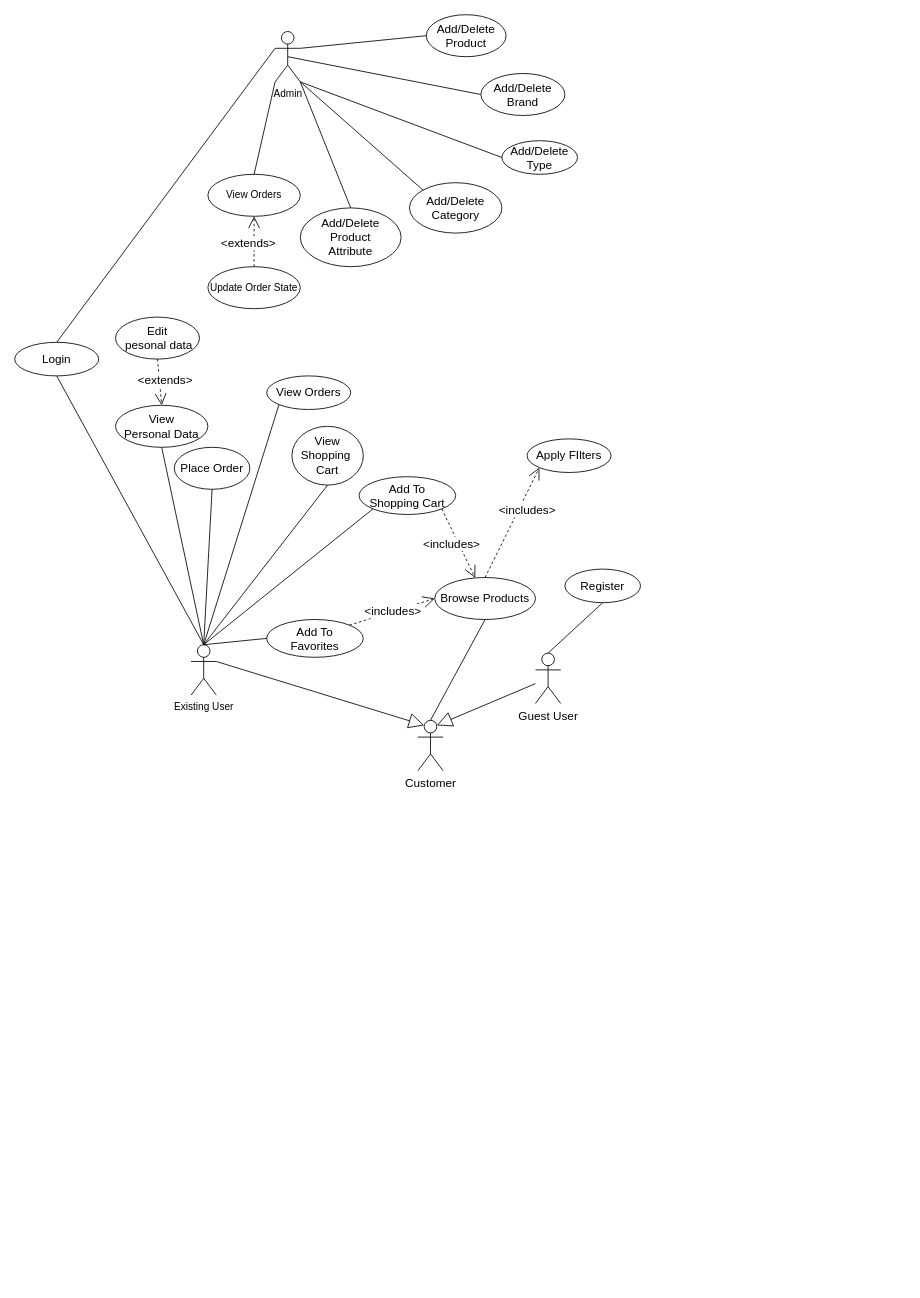
The draw.io diagram Diagrame/Use-Case-Diagram v2.drawio in sergiusergiu1234/licenta, before the edit. Source tidied: cells renumbered, new cells numbered last; positions are measured from the earlier drawing's top-left corner, leaving out a move shared by most shapes. Both pictures are drawn from the tidied source at 84%, with x=0, y=0 at pixel (14, 14).
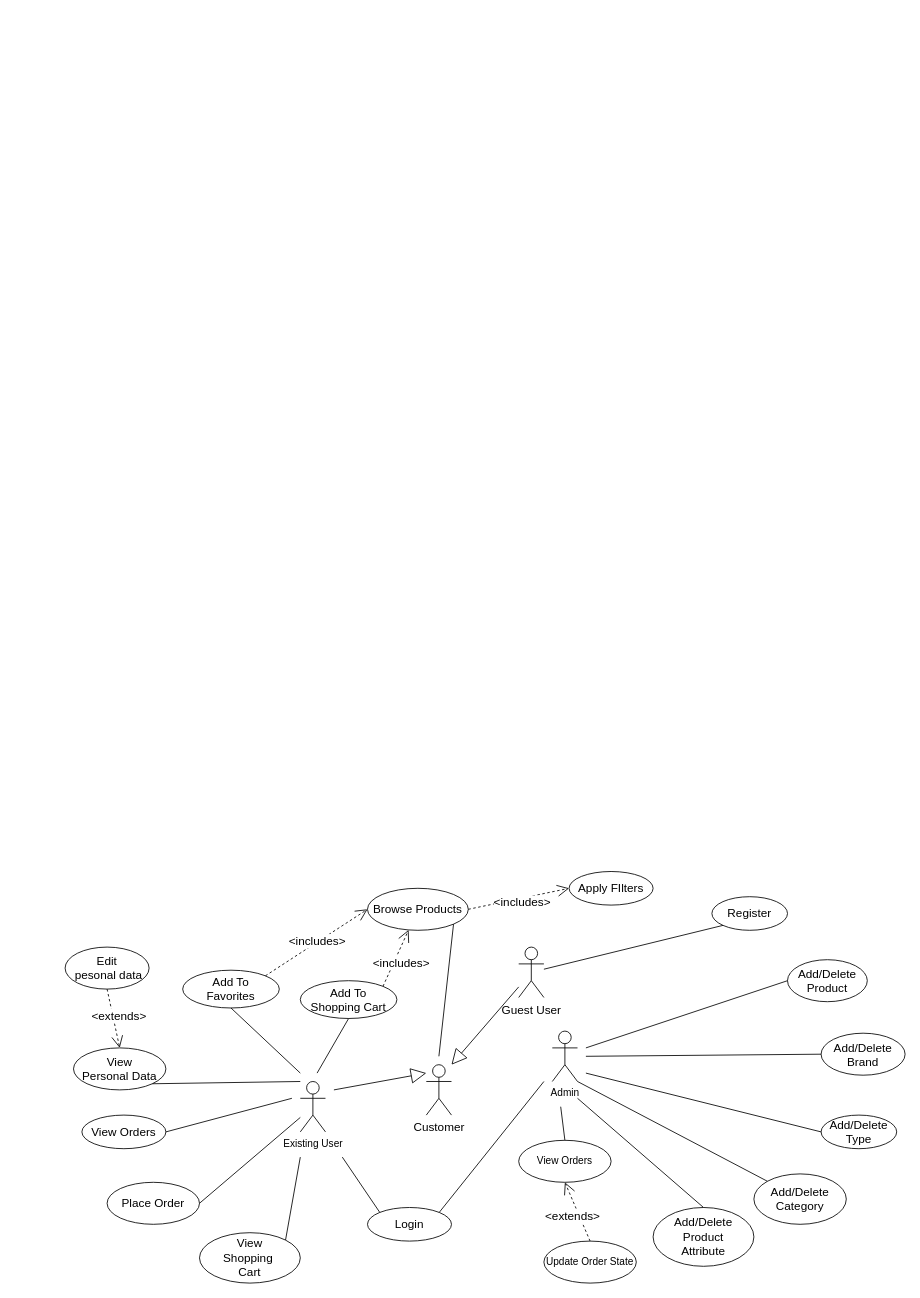
After the change.

Diff of the diagram source:
```diff
@@
     <mxCell id="2" value="Admin" style="shape=umlActor;verticalLabelPosition=bottom;verticalAlign=top;html=1;outlineConnect=0;" parent="1" vertex="1">
-      <mxGeometry x="310" y="20" width="30" height="60" as="geometry" />
+      <mxGeometry x="640" y="1210" width="30" height="60" as="geometry" />
     </mxCell>
     <mxCell id="3" value="Existing User" style="shape=umlActor;verticalLabelPosition=bottom;verticalAlign=top;html=1;outlineConnect=0;" parent="1" vertex="1">
-      <mxGeometry x="210" y="750" width="30" height="60" as="geometry" />
+      <mxGeometry x="340" y="1270" width="30" height="60" as="geometry" />
     </mxCell>
     <mxCell id="4" value="&lt;font style=&quot;font-size: 14px;&quot;&gt;Login&lt;/font&gt;" style="ellipse;whiteSpace=wrap;html=1;" parent="1" vertex="1">
-      <mxGeometry y="390" width="100" height="40" as="geometry" />
+      <mxGeometry x="420" y="1420" width="100" height="40" as="geometry" />
     </mxCell>
-    <mxCell id="5" style="endArrow=none;html=1;rounded=0;exitX=0.5;exitY=0;exitDx=0;exitDy=0;exitPerimeter=0;entryX=0.5;entryY=1;entryDx=0;entryDy=0;" parent="1" edge="1" source="3" target="4">
-      <mxGeometry relative="1" as="geometry" />
+    <mxCell id="5" style="endArrow=none;html=1;rounded=0;entryX=0;entryY=0;entryDx=0;entryDy=0;" parent="1" edge="1" target="4">
+      <mxGeometry relative="1" as="geometry">
+        <mxPoint x="390" y="1360" as="sourcePoint" />
+      </mxGeometry>
     </mxCell>
-    <mxCell id="6" style="endArrow=none;html=1;rounded=0;exitX=0.5;exitY=0;exitDx=0;exitDy=0;entryX=0;entryY=0.3333333333333333;entryDx=0;entryDy=0;entryPerimeter=0;" parent="1" edge="1" source="4" target="2">
-      <mxGeometry relative="1" as="geometry" />
+    <mxCell id="6" style="endArrow=none;html=1;rounded=0;exitX=1;exitY=0;exitDx=0;exitDy=0;" parent="1" edge="1" source="4">
+      <mxGeometry relative="1" as="geometry">
+        <mxPoint x="630" y="1270" as="targetPoint" />
+      </mxGeometry>
     </mxCell>
     <mxCell id="7" value="&lt;font style=&quot;font-size: 14px;&quot;&gt;Register&lt;/font&gt;" style="ellipse;whiteSpace=wrap;html=1;" parent="1" vertex="1">
-      <mxGeometry x="655" y="660" width="90" height="40" as="geometry" />
+      <mxGeometry x="830" y="1050" width="90" height="40" as="geometry" />
     </mxCell>
-    <mxCell id="8" style="endArrow=none;html=1;rounded=0;exitX=0.5;exitY=0;exitDx=0;exitDy=0;exitPerimeter=0;entryX=0.5;entryY=1;entryDx=0;entryDy=0;" parent="1" edge="1" source="21" target="7">
+    <mxCell id="8" style="endArrow=none;html=1;rounded=0;entryX=0;entryY=1;entryDx=0;entryDy=0;" parent="1" edge="1" source="21" target="7">
       <mxGeometry relative="1" as="geometry" />
     </mxCell>
     <mxCell id="9" value="&lt;font style=&quot;font-size: 14px;&quot;&gt;View &lt;br&gt;Personal Data&lt;/font&gt;" style="ellipse;whiteSpace=wrap;html=1;" parent="1" vertex="1">
-      <mxGeometry x="120" y="465" width="110" height="50" as="geometry" />
+      <mxGeometry x="70" y="1230" width="110" height="50" as="geometry" />
     </mxCell>
-    <mxCell id="10" style="endArrow=none;html=1;rounded=0;exitX=0.5;exitY=0;exitDx=0;exitDy=0;exitPerimeter=0;entryX=0.5;entryY=1;entryDx=0;entryDy=0;" parent="1" edge="1" source="3" target="9">
-      <mxGeometry relative="1" as="geometry" />
+    <mxCell id="10" style="endArrow=none;html=1;rounded=0;entryX=1;entryY=1;entryDx=0;entryDy=0;" parent="1" edge="1" target="9">
+      <mxGeometry relative="1" as="geometry">
+        <mxPoint x="340" y="1270" as="sourcePoint" />
+      </mxGeometry>
     </mxCell>
     <mxCell id="11" value="&lt;font style=&quot;font-size: 14px;&quot;&gt;Edit&lt;br&gt;&amp;nbsp;pesonal data&lt;/font&gt;" style="ellipse;whiteSpace=wrap;html=1;" parent="1" vertex="1">
-      <mxGeometry x="120" y="360" width="100" height="50" as="geometry" />
+      <mxGeometry x="60" y="1110" width="100" height="50" as="geometry" />
     </mxCell>
@@
     <mxCell id="13" value="View&lt;br&gt;Shopping&amp;nbsp;&lt;br&gt;Cart" style="ellipse;whiteSpace=wrap;html=1;fontSize=14;" parent="1" vertex="1">
-      <mxGeometry x="330" y="490" width="85" height="70" as="geometry" />
+      <mxGeometry x="220" y="1450" width="120" height="60" as="geometry" />
     </mxCell>
-    <mxCell id="14" style="endArrow=none;html=1;rounded=0;fontSize=14;exitX=0.5;exitY=0;exitDx=0;exitDy=0;exitPerimeter=0;entryX=0.5;entryY=1;entryDx=0;entryDy=0;" parent="1" edge="1" source="3" target="13">
-      <mxGeometry relative="1" as="geometry" />
+    <mxCell id="14" style="endArrow=none;html=1;rounded=0;fontSize=14;entryX=1;entryY=0;entryDx=0;entryDy=0;" parent="1" edge="1" target="13">
+      <mxGeometry relative="1" as="geometry">
+        <mxPoint x="340" y="1360" as="sourcePoint" />
+      </mxGeometry>
     </mxCell>
     <mxCell id="15" value="Apply FIlters" style="ellipse;whiteSpace=wrap;html=1;fontSize=14;" parent="1" vertex="1">
-      <mxGeometry x="610" y="505" width="100" height="40" as="geometry" />
+      <mxGeometry x="660" y="1020" width="100" height="40" as="geometry" />
     </mxCell>
     <mxCell id="16" value="Browse Products" style="ellipse;whiteSpace=wrap;html=1;fontSize=14;" parent="1" vertex="1">
-      <mxGeometry x="500" y="670" width="120" height="50" as="geometry" />
+      <mxGeometry x="420" y="1040" width="120" height="50" as="geometry" />
     </mxCell>
-    <mxCell id="17" value="&amp;lt;includes&amp;gt;" style="endArrow=open;endSize=12;dashed=1;html=1;rounded=0;fontSize=14;exitX=0.5;exitY=0;exitDx=0;exitDy=0;entryX=0;entryY=1;entryDx=0;entryDy=0;" parent="1" edge="1" source="16" target="15">
-      <mxGeometry x="0.29" y="-9" relative="1" as="geometry" />
+    <mxCell id="17" value="&amp;lt;includes&amp;gt;" style="endArrow=open;endSize=12;dashed=1;html=1;rounded=0;fontSize=14;exitX=1;exitY=0.5;exitDx=0;exitDy=0;entryX=0;entryY=0.5;entryDx=0;entryDy=0;" parent="1" edge="1" source="16" target="15">
+      <mxGeometry x="0.05" y="-5" relative="1" as="geometry" />
     </mxCell>
     <mxCell id="18" value="Add/Delete Product" style="ellipse;whiteSpace=wrap;html=1;fontSize=14;" parent="1" vertex="1">
-      <mxGeometry x="490" width="95" height="50" as="geometry" />
+      <mxGeometry x="920" y="1125" width="95" height="50" as="geometry" />
     </mxCell>
-    <mxCell id="19" style="endArrow=none;html=1;rounded=0;fontSize=14;entryX=1;entryY=0.3333333333333333;entryDx=0;entryDy=0;entryPerimeter=0;exitX=0;exitY=0.5;exitDx=0;exitDy=0;" parent="1" edge="1" source="18" target="2">
-      <mxGeometry relative="1" as="geometry" />
+    <mxCell id="19" style="endArrow=none;html=1;rounded=0;fontSize=14;exitX=0;exitY=0.5;exitDx=0;exitDy=0;" parent="1" edge="1" source="18">
+      <mxGeometry relative="1" as="geometry">
+        <mxPoint x="680" y="1230" as="targetPoint" />
+      </mxGeometry>
     </mxCell>
     <mxCell id="20" value="Customer" style="shape=umlActor;verticalLabelPosition=bottom;verticalAlign=top;html=1;outlineConnect=0;fontSize=14;" parent="1" vertex="1">
-      <mxGeometry x="480" y="840" width="30" height="60" as="geometry" />
+      <mxGeometry x="490" y="1250" width="30" height="60" as="geometry" />
     </mxCell>
     <mxCell id="21" value="Guest User" style="shape=umlActor;verticalLabelPosition=bottom;verticalAlign=top;html=1;outlineConnect=0;fontSize=14;" parent="1" vertex="1">
-      <mxGeometry x="620" y="760" width="30" height="60" as="geometry" />
+      <mxGeometry x="600" y="1110" width="30" height="60" as="geometry" />
     </mxCell>
     <mxCell id="22" value="Add To &lt;br&gt;Shopping Cart" style="ellipse;whiteSpace=wrap;html=1;fontSize=14;" parent="1" vertex="1">
-      <mxGeometry x="410" y="550" width="115" height="45" as="geometry" />
+      <mxGeometry x="340" y="1150" width="115" height="45" as="geometry" />
     </mxCell>
     <mxCell id="23" value="Place Order" style="ellipse;whiteSpace=wrap;html=1;fontSize=14;" parent="1" vertex="1">
-      <mxGeometry x="190" y="515" width="90" height="50" as="geometry" />
+      <mxGeometry x="110" y="1390" width="110" height="50" as="geometry" />
     </mxCell>
-    <mxCell id="24" style="endArrow=none;html=1;rounded=0;fontSize=14;exitX=0.5;exitY=0;exitDx=0;exitDy=0;exitPerimeter=0;entryX=0.5;entryY=1;entryDx=0;entryDy=0;" parent="1" edge="1" source="3" target="23">
+    <mxCell id="24" style="endArrow=none;html=1;rounded=0;fontSize=14;entryX=1;entryY=0.5;entryDx=0;entryDy=0;" parent="1" edge="1" source="3" target="23">
       <mxGeometry relative="1" as="geometry" />
     </mxCell>
     <mxCell id="25" value="View Orders" style="ellipse;whiteSpace=wrap;html=1;fontSize=14;" parent="1" vertex="1">
-      <mxGeometry x="300" y="430" width="100" height="40" as="geometry" />
+      <mxGeometry x="80" y="1310" width="100" height="40" as="geometry" />
     </mxCell>
-    <mxCell id="26" style="endArrow=none;html=1;rounded=0;fontSize=14;exitX=0.5;exitY=0;exitDx=0;exitDy=0;exitPerimeter=0;entryX=0;entryY=1;entryDx=0;entryDy=0;" parent="1" edge="1" source="3" target="25">
-      <mxGeometry relative="1" as="geometry" />
+    <mxCell id="26" style="endArrow=none;html=1;rounded=0;fontSize=14;entryX=1;entryY=0.5;entryDx=0;entryDy=0;" parent="1" edge="1" target="25">
+      <mxGeometry relative="1" as="geometry">
+        <mxPoint x="330" y="1290" as="sourcePoint" />
+      </mxGeometry>
     </mxCell>
     <mxCell id="27" value="Add/Delete Brand" style="ellipse;whiteSpace=wrap;html=1;fontSize=14;" parent="1" vertex="1">
-      <mxGeometry x="555" y="70" width="100" height="50" as="geometry" />
+      <mxGeometry x="960" y="1212.5" width="100" height="50" as="geometry" />
     </mxCell>
-    <mxCell id="28" style="endArrow=none;html=1;rounded=0;fontSize=14;exitX=0;exitY=0.5;exitDx=0;exitDy=0;entryX=0.5;entryY=0.5;entryDx=0;entryDy=0;entryPerimeter=0;" parent="1" edge="1" source="27" target="2">
-      <mxGeometry relative="1" as="geometry" />
+    <mxCell id="28" style="endArrow=none;html=1;rounded=0;fontSize=14;exitX=0;exitY=0.5;exitDx=0;exitDy=0;" parent="1" edge="1" source="27">
+      <mxGeometry relative="1" as="geometry">
+        <mxPoint x="680" y="1240" as="targetPoint" />
+      </mxGeometry>
     </mxCell>
     <mxCell id="29" value="Add/Delete Type" style="ellipse;whiteSpace=wrap;html=1;fontSize=14;" parent="1" vertex="1">
-      <mxGeometry x="580" y="150" width="90" height="40" as="geometry" />
+      <mxGeometry x="960" y="1310" width="90" height="40" as="geometry" />
     </mxCell>
-    <mxCell id="30" style="endArrow=none;html=1;rounded=0;fontSize=14;exitX=0;exitY=0.5;exitDx=0;exitDy=0;entryX=1;entryY=1;entryDx=0;entryDy=0;entryPerimeter=0;" parent="1" edge="1" source="29" target="2">
-      <mxGeometry relative="1" as="geometry" />
+    <mxCell id="30" style="endArrow=none;html=1;rounded=0;fontSize=14;exitX=0;exitY=0.5;exitDx=0;exitDy=0;" parent="1" edge="1" source="29">
+      <mxGeometry relative="1" as="geometry">
+        <mxPoint x="680" y="1260" as="targetPoint" />
+      </mxGeometry>
     </mxCell>
     <mxCell id="31" value="Add/Delete&lt;br&gt;Category" style="ellipse;whiteSpace=wrap;html=1;fontSize=14;" parent="1" vertex="1">
-      <mxGeometry x="470" y="200" width="110" height="60" as="geometry" />
+      <mxGeometry x="880" y="1380" width="110" height="60" as="geometry" />
     </mxCell>
     <mxCell id="32" value="Add/Delete&lt;br&gt;Product&lt;br&gt;Attribute" style="ellipse;whiteSpace=wrap;html=1;fontSize=14;" parent="1" vertex="1">
-      <mxGeometry x="340" y="230" width="120" height="70" as="geometry" />
+      <mxGeometry x="760" y="1420" width="120" height="70" as="geometry" />
     </mxCell>
-    <mxCell id="33" style="endArrow=none;html=1;rounded=0;fontSize=14;exitX=0.5;exitY=0;exitDx=0;exitDy=0;entryX=1;entryY=1;entryDx=0;entryDy=0;entryPerimeter=0;" parent="1" edge="1" source="32" target="2">
-      <mxGeometry relative="1" as="geometry" />
+    <mxCell id="33" style="endArrow=none;html=1;rounded=0;fontSize=14;exitX=0.5;exitY=0;exitDx=0;exitDy=0;" parent="1" edge="1" source="32">
+      <mxGeometry relative="1" as="geometry">
+        <mxPoint x="670" y="1290" as="targetPoint" />
+      </mxGeometry>
     </mxCell>
@@
-    <mxCell id="35" style="endArrow=none;html=1;rounded=0;exitX=0.5;exitY=0;exitDx=0;exitDy=0;exitPerimeter=0;entryX=0;entryY=1;entryDx=0;entryDy=0;" parent="1" edge="1" source="3" target="22">
-      <mxGeometry relative="1" as="geometry" />
+    <mxCell id="35" style="endArrow=none;html=1;rounded=0;entryX=0.5;entryY=1;entryDx=0;entryDy=0;" parent="1" edge="1" target="22">
+      <mxGeometry relative="1" as="geometry">
+        <mxPoint x="360" y="1260" as="sourcePoint" />
+      </mxGeometry>
     </mxCell>
-    <mxCell id="36" style="endArrow=block;endSize=16;endFill=0;html=1;rounded=0;entryX=0.75;entryY=0.1;entryDx=0;entryDy=0;entryPerimeter=0;" parent="1" edge="1" source="21" target="20">
-      <mxGeometry x="-0.11" y="3" relative="1" as="geometry" />
+    <mxCell id="36" style="endArrow=block;endSize=16;endFill=0;html=1;rounded=0;" parent="1" edge="1" source="21">
+      <mxGeometry x="-0.11" y="3" relative="1" as="geometry">
+        <mxPoint x="520" y="1250" as="targetPoint" />
+      </mxGeometry>
     </mxCell>
-    <mxCell id="37" style="endArrow=block;endSize=16;endFill=0;html=1;rounded=0;entryX=0.25;entryY=0.1;entryDx=0;entryDy=0;entryPerimeter=0;exitX=1;exitY=0.3333333333333333;exitDx=0;exitDy=0;exitPerimeter=0;" parent="1" edge="1" source="3" target="20">
-      <mxGeometry x="-0.11" y="3" relative="1" as="geometry" />
+    <mxCell id="37" style="endArrow=block;endSize=16;endFill=0;html=1;rounded=0;" parent="1" edge="1">
+      <mxGeometry x="-0.11" y="3" relative="1" as="geometry">
+        <mxPoint x="380" y="1280" as="sourcePoint" />
+        <mxPoint x="490" y="1260" as="targetPoint" />
+      </mxGeometry>
     </mxCell>
-    <mxCell id="38" style="endArrow=none;html=1;rounded=0;exitX=0.5;exitY=0;exitDx=0;exitDy=0;exitPerimeter=0;entryX=0.5;entryY=1;entryDx=0;entryDy=0;" parent="1" edge="1" source="20" target="16">
-      <mxGeometry relative="1" as="geometry" />
+    <mxCell id="38" style="endArrow=none;html=1;rounded=0;entryX=1;entryY=1;entryDx=0;entryDy=0;" parent="1" edge="1" target="16">
+      <mxGeometry relative="1" as="geometry">
+        <mxPoint x="505" y="1240" as="sourcePoint" />
+      </mxGeometry>
     </mxCell>
-    <mxCell id="39" value="&amp;lt;includes&amp;gt;" style="endArrow=open;endSize=12;dashed=1;html=1;rounded=0;fontSize=14;exitX=1;exitY=1;exitDx=0;exitDy=0;" parent="1" edge="1" source="22" target="16">
+    <mxCell id="39" value="&amp;lt;includes&amp;gt;" style="endArrow=open;endSize=12;dashed=1;html=1;rounded=0;fontSize=14;exitX=1;exitY=0;exitDx=0;exitDy=0;" parent="1" edge="1" source="22" target="16">
       <mxGeometry x="-0.07" y="-8" relative="1" as="geometry" />
     </mxCell>
     <mxCell id="40" value="Update Order State" style="ellipse;whiteSpace=wrap;html=1;" parent="1" vertex="1">
-      <mxGeometry x="230" y="300" width="110" height="50" as="geometry" />
+      <mxGeometry x="630" y="1460" width="110" height="50" as="geometry" />
     </mxCell>
     <mxCell id="41" value="View Orders" style="ellipse;whiteSpace=wrap;html=1;" parent="1" vertex="1">
-      <mxGeometry x="230" y="190" width="110" height="50" as="geometry" />
+      <mxGeometry x="600" y="1340" width="110" height="50" as="geometry" />
     </mxCell>
@@
-    <mxCell id="43" style="endArrow=none;html=1;rounded=0;entryX=0;entryY=1;entryDx=0;entryDy=0;entryPerimeter=0;exitX=0.5;exitY=0;exitDx=0;exitDy=0;" parent="1" edge="1" source="41" target="2">
-      <mxGeometry relative="1" as="geometry" />
+    <mxCell id="43" style="endArrow=none;html=1;rounded=0;exitX=0.5;exitY=0;exitDx=0;exitDy=0;" parent="1" edge="1" source="41">
+      <mxGeometry relative="1" as="geometry">
+        <mxPoint x="650" y="1300" as="targetPoint" />
+      </mxGeometry>
     </mxCell>
     <mxCell id="44" value="Add To&lt;br&gt;Favorites" style="ellipse;whiteSpace=wrap;html=1;fontSize=14;" parent="1" vertex="1">
-      <mxGeometry x="300" y="720" width="115" height="45" as="geometry" />
+      <mxGeometry x="200" y="1137.5" width="115" height="45" as="geometry" />
     </mxCell>
-    <mxCell id="45" style="endArrow=none;html=1;rounded=0;entryX=0;entryY=0.5;entryDx=0;entryDy=0;exitX=0.5;exitY=0;exitDx=0;exitDy=0;exitPerimeter=0;" parent="1" edge="1" source="3" target="44">
-      <mxGeometry relative="1" as="geometry" />
+    <mxCell id="45" style="endArrow=none;html=1;rounded=0;entryX=0.5;entryY=1;entryDx=0;entryDy=0;" parent="1" edge="1" target="44">
+      <mxGeometry relative="1" as="geometry">
+        <mxPoint x="340" y="1260" as="sourcePoint" />
+      </mxGeometry>
     </mxCell>
```
